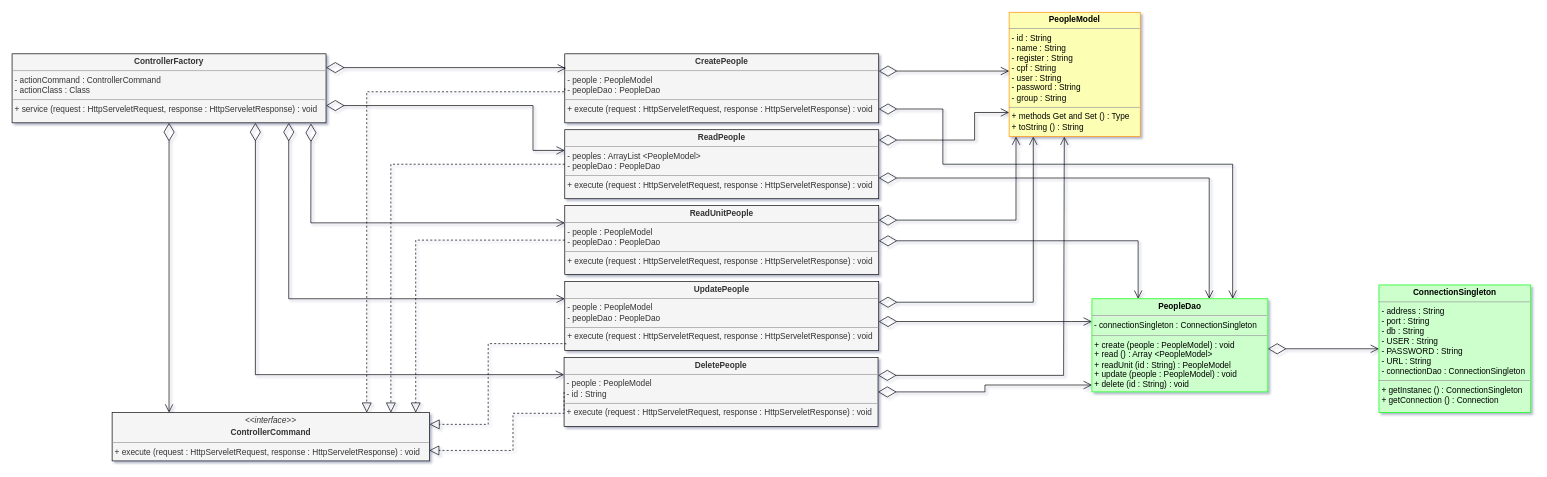
nelsonanjos/carsfleet keeps this draw.io diagram as page "People" (2 of 5) of Document/Class Diagram.drawio. Above is the earlier version. Source tidied: cells renumbered, new cells numbered last; positions are measured from the earlier drawing's top-left corner, leaving out a move shared by most shapes. Both pictures are drawn from the tidied source at 69%, with x=0, y=0 at pixel (12, 12).
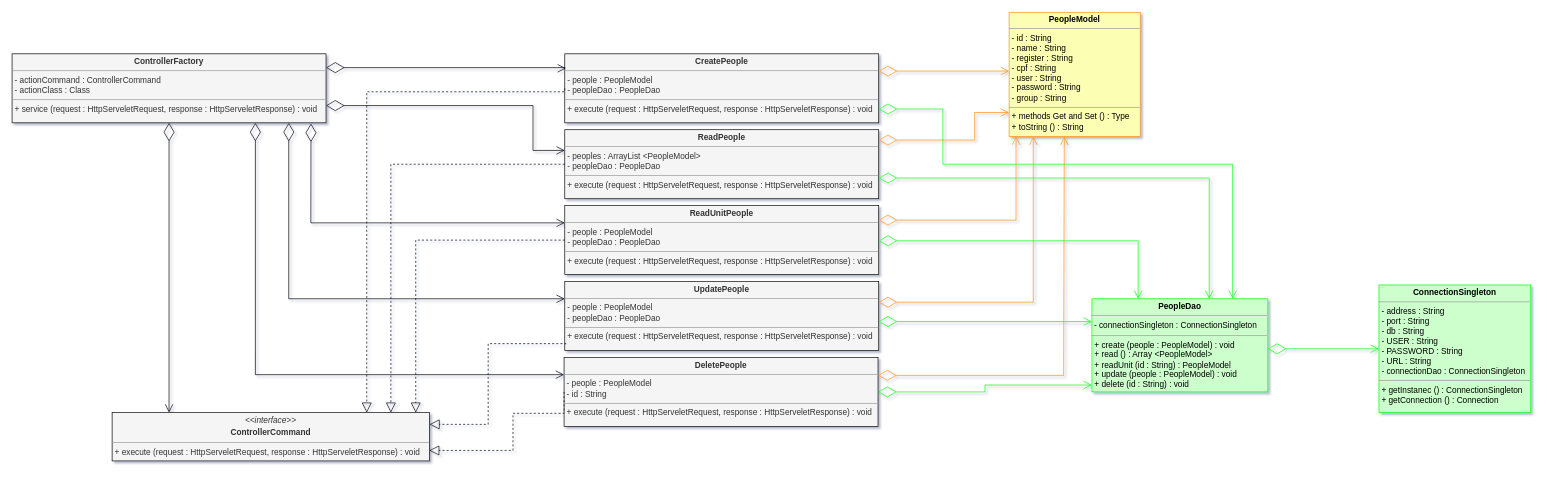
The same page after the edit.

The change refers to these unchanged cells:
```xml
<mxCell id="2" value="&lt;p style=&quot;margin: 0px ; margin-top: 4px ; text-align: center&quot;&gt;&lt;b&gt;PeopleModel&lt;/b&gt;&lt;/p&gt;&lt;hr size=&quot;1&quot;&gt;&lt;p style=&quot;margin: 0px ; margin-left: 4px&quot;&gt;- id : String&lt;/p&gt;&lt;p style=&quot;margin: 0px ; margin-left: 4px&quot;&gt;- name : String&lt;br&gt;&lt;/p&gt;&lt;p style=&quot;margin: 0px ; margin-left: 4px&quot;&gt;- register : String&lt;br&gt;&lt;/p&gt;&lt;p style=&quot;margin: 0px ; margin-left: 4px&quot;&gt;- cpf : String&lt;br&gt;&lt;/p&gt;&lt;p style=&quot;margin: 0px ; margin-left: 4px&quot;&gt;- user : String&lt;br&gt;&lt;/p&gt;&lt;p style=&quot;margin: 0px ; margin-left: 4px&quot;&gt;- password : String&lt;br&gt;&lt;/p&gt;&lt;p style=&quot;margin: 0px ; margin-left: 4px&quot;&gt;- group : String&lt;br&gt;&lt;/p&gt;&lt;hr size=&quot;1&quot;&gt;&lt;p style=&quot;margin: 0px ; margin-left: 4px&quot;&gt;+ methods Get and Set () : Type&lt;/p&gt;&lt;p style=&quot;margin: 0px ; margin-left: 4px&quot;&gt;+ toString () : String&lt;/p&gt;&lt;p style=&quot;margin: 0px ; margin-left: 4px&quot;&gt;&lt;br&gt;&lt;/p&gt;" style="verticalAlign=top;align=left;overflow=fill;fontSize=12;fontFamily=Helvetica;html=1;fillColor=#FCFFB3;strokeColor=#FF8F06;gradientColor=none;" parent="1" vertex="1">
  <mxGeometry x="1445" y="0.3" width="190" height="180" as="geometry" />
</mxCell>
<mxCell id="3" value="&lt;p style=&quot;margin: 0px ; margin-top: 4px ; text-align: center&quot;&gt;&lt;b&gt;ConnectionSingleton&lt;/b&gt;&lt;br&gt;&lt;/p&gt;&lt;hr size=&quot;1&quot;&gt;&lt;p style=&quot;margin: 0px ; margin-left: 4px&quot;&gt;&lt;span&gt;- address : String&lt;/span&gt;&lt;br&gt;&lt;/p&gt;&lt;p style=&quot;margin: 0px ; margin-left: 4px&quot;&gt;- port : String&lt;span&gt;&lt;br&gt;&lt;/span&gt;&lt;/p&gt;&lt;p style=&quot;margin: 0px ; margin-left: 4px&quot;&gt;- db : String&lt;br&gt;&lt;/p&gt;&lt;p style=&quot;margin: 0px ; margin-left: 4px&quot;&gt;- USER : String&lt;br&gt;&lt;/p&gt;&lt;p style=&quot;margin: 0px ; margin-left: 4px&quot;&gt;- PASSWORD : String&lt;br&gt;&lt;/p&gt;&lt;p style=&quot;margin: 0px ; margin-left: 4px&quot;&gt;- URL : String&lt;/p&gt;&lt;p style=&quot;margin: 0px ; margin-left: 4px&quot;&gt;- connectionDao : ConnectionSingleton&lt;br&gt;&lt;/p&gt;&lt;hr size=&quot;1&quot;&gt;&lt;p style=&quot;margin: 0px ; margin-left: 4px&quot;&gt;&lt;span&gt;+ getInstanec () : ConnectionSingleton&lt;/span&gt;&lt;br&gt;&lt;/p&gt;&lt;p style=&quot;margin: 0px ; margin-left: 4px&quot;&gt;+ getConnection () : Connection&lt;/p&gt;&lt;p style=&quot;margin: 0px ; margin-left: 4px&quot;&gt;&lt;br&gt;&lt;/p&gt;" style="verticalAlign=top;align=left;overflow=fill;fontSize=12;fontFamily=Helvetica;html=1;strokeColor=#00FF00;fillColor=#CCFFCC;" parent="1" vertex="1">
  <mxGeometry x="1981" y="395.5" width="220" height="185" as="geometry" />
</mxCell>
<mxCell id="5" value="&lt;p style=&quot;margin: 0px ; margin-top: 4px ; text-align: center&quot;&gt;&lt;b&gt;PeopleDao&lt;/b&gt;&lt;/p&gt;&lt;hr&gt;&amp;nbsp;- connectionSingleton : ConnectionSingleton&amp;nbsp;&lt;hr size=&quot;1&quot;&gt;&lt;p style=&quot;margin: 0px ; margin-left: 4px&quot;&gt;&lt;span&gt;+ create (people : PeopleModel) : void&lt;/span&gt;&lt;br&gt;&lt;/p&gt;&lt;p style=&quot;margin: 0px ; margin-left: 4px&quot;&gt;+ read () : Array &amp;lt;PeopleModel&amp;gt;&lt;/p&gt;&lt;p style=&quot;margin: 0px ; margin-left: 4px&quot;&gt;+ readUnit (id : String) : PeopleModel&lt;br&gt;&lt;/p&gt;&lt;p style=&quot;margin: 0px ; margin-left: 4px&quot;&gt;+ update (people : PeopleModel) : void&lt;/p&gt;&lt;p style=&quot;margin: 0px ; margin-left: 4px&quot;&gt;+ delete (id : String) : void&lt;br&gt;&lt;/p&gt;&lt;p style=&quot;margin: 0px ; margin-left: 4px&quot;&gt;&lt;br&gt;&lt;/p&gt;" style="verticalAlign=top;align=left;overflow=fill;fontSize=12;fontFamily=Helvetica;html=1;strokeColor=#00FF00;fillColor=#CCFFCC;" parent="1" vertex="1">
  <mxGeometry x="1565" y="415.5" width="255" height="135" as="geometry" />
</mxCell>
<mxCell id="6" value="&lt;p style=&quot;margin: 0px ; margin-top: 4px ; text-align: center&quot;&gt;&lt;b&gt;ReadPeople&lt;/b&gt;&lt;/p&gt;&lt;hr size=&quot;1&quot;&gt;&lt;p style=&quot;margin: 0px ; margin-left: 4px&quot;&gt;- peoples : ArrayList &amp;lt;PeopleModel&amp;gt;&lt;/p&gt;&lt;p style=&quot;margin: 0px ; margin-left: 4px&quot;&gt;- peopleDao : PeopleDao&lt;/p&gt;&lt;hr size=&quot;1&quot;&gt;&lt;p style=&quot;margin: 0px ; margin-left: 4px&quot;&gt;+ execute (request : HttpServeletRequest, response : HttpServeletResponse) : void&lt;/p&gt;&lt;p style=&quot;margin: 0px ; margin-left: 4px&quot;&gt;&lt;br&gt;&lt;/p&gt;" style="verticalAlign=top;align=left;overflow=fill;fontSize=12;fontFamily=Helvetica;html=1;fillColor=#f5f5f5;strokeColor=#080808;fontColor=#333333;" parent="1" vertex="1">
  <mxGeometry x="801" y="170.5" width="455" height="100" as="geometry" />
</mxCell>
<mxCell id="7" value="&lt;p style=&quot;margin: 0px ; margin-top: 4px ; text-align: center&quot;&gt;&lt;b&gt;UpdatePeople&lt;/b&gt;&lt;/p&gt;&lt;hr size=&quot;1&quot;&gt;&lt;p style=&quot;margin: 0px ; margin-left: 4px&quot;&gt;- people : PeopleModel&lt;/p&gt;&lt;p style=&quot;margin: 0px ; margin-left: 4px&quot;&gt;- peopleDao : PeopleDao&lt;/p&gt;&lt;hr size=&quot;1&quot;&gt;&lt;p style=&quot;margin: 0px ; margin-left: 4px&quot;&gt;+ execute (request : HttpServeletRequest, response : HttpServeletResponse) : void&lt;/p&gt;&lt;p style=&quot;margin: 0px ; margin-left: 4px&quot;&gt;&lt;br&gt;&lt;/p&gt;" style="verticalAlign=top;align=left;overflow=fill;fontSize=12;fontFamily=Helvetica;html=1;fillColor=#f5f5f5;strokeColor=#080808;fontColor=#333333;" parent="1" vertex="1">
  <mxGeometry x="801" y="390.5" width="455" height="100" as="geometry" />
</mxCell>
<mxCell id="8" value="&lt;p style=&quot;margin: 0px ; margin-top: 4px ; text-align: center&quot;&gt;&lt;b&gt;CreatePeople&lt;/b&gt;&lt;/p&gt;&lt;hr size=&quot;1&quot;&gt;&lt;p style=&quot;margin: 0px ; margin-left: 4px&quot;&gt;- people : PeopleModel&lt;/p&gt;&lt;p style=&quot;margin: 0px ; margin-left: 4px&quot;&gt;- peopleDao : PeopleDao&lt;/p&gt;&lt;hr size=&quot;1&quot;&gt;&lt;p style=&quot;margin: 0px ; margin-left: 4px&quot;&gt;+ execute (request : HttpServeletRequest, response : HttpServeletResponse) : void&lt;/p&gt;&lt;p style=&quot;margin: 0px ; margin-left: 4px&quot;&gt;&lt;br&gt;&lt;/p&gt;" style="verticalAlign=top;align=left;overflow=fill;fontSize=12;fontFamily=Helvetica;html=1;fillColor=#f5f5f5;strokeColor=#080808;fontColor=#333333;" parent="1" vertex="1">
  <mxGeometry x="801" y="60.5" width="455" height="100" as="geometry" />
</mxCell>
<mxCell id="9" value="&lt;p style=&quot;margin: 0px ; margin-top: 4px ; text-align: center&quot;&gt;&lt;b&gt;ReadUnitPeople&lt;/b&gt;&lt;/p&gt;&lt;hr size=&quot;1&quot;&gt;&lt;p style=&quot;margin: 0px ; margin-left: 4px&quot;&gt;- people : PeopleModel&lt;/p&gt;&lt;p style=&quot;margin: 0px ; margin-left: 4px&quot;&gt;- peopleDao : PeopleDao&lt;/p&gt;&lt;hr size=&quot;1&quot;&gt;&lt;p style=&quot;margin: 0px ; margin-left: 4px&quot;&gt;+ execute (request : HttpServeletRequest, response : HttpServeletResponse) : void&lt;/p&gt;&lt;p style=&quot;margin: 0px ; margin-left: 4px&quot;&gt;&lt;br&gt;&lt;/p&gt;" style="verticalAlign=top;align=left;overflow=fill;fontSize=12;fontFamily=Helvetica;html=1;fillColor=#f5f5f5;strokeColor=#080808;fontColor=#333333;" parent="1" vertex="1">
  <mxGeometry x="801" y="280.5" width="455" height="100" as="geometry" />
</mxCell>
<mxCell id="10" value="&lt;p style=&quot;margin: 0px ; margin-top: 4px ; text-align: center&quot;&gt;&lt;b&gt;DeletePeople&lt;/b&gt;&lt;/p&gt;&lt;hr size=&quot;1&quot;&gt;&lt;p style=&quot;margin: 0px ; margin-left: 4px&quot;&gt;- people : PeopleModel&lt;/p&gt;&lt;p style=&quot;margin: 0px ; margin-left: 4px&quot;&gt;- id : String&lt;/p&gt;&lt;hr size=&quot;1&quot;&gt;&lt;p style=&quot;margin: 0px ; margin-left: 4px&quot;&gt;+ execute (request : HttpServeletRequest, response : HttpServeletResponse) : void&lt;/p&gt;&lt;p style=&quot;margin: 0px ; margin-left: 4px&quot;&gt;&lt;br&gt;&lt;/p&gt;" style="verticalAlign=top;align=left;overflow=fill;fontSize=12;fontFamily=Helvetica;html=1;fillColor=#f5f5f5;strokeColor=#080808;fontColor=#333333;" parent="1" vertex="1">
  <mxGeometry x="800" y="500.5" width="455" height="100" as="geometry" />
</mxCell>
```

Diff of the diagram source:
```diff
@@
-    <mxCell id="4" style="edgeStyle=orthogonalEdgeStyle;rounded=0;jettySize=auto;html=1;endArrow=open;endFill=0;endSize=10;strokeColor=#000000;strokeWidth=1;startSize=24;startArrow=diamondThin;startFill=0;" parent="1" edge="1" source="5" target="3">
+    <mxCell id="4" style="edgeStyle=orthogonalEdgeStyle;rounded=0;jettySize=auto;html=1;endArrow=open;endFill=0;endSize=10;strokeColor=#00FF00;strokeWidth=1;startSize=24;startArrow=diamondThin;startFill=0;" parent="1" edge="1" source="5" target="3">
       <mxGeometry relative="1" as="geometry">
         <Array as="points">
           <mxPoint x="1971" y="488" />
           <mxPoint x="1971" y="488" />
         </Array>
       </mxGeometry>
     </mxCell>
@@
-    <mxCell id="24" style="edgeStyle=orthogonalEdgeStyle;rounded=0;jettySize=auto;html=1;endArrow=open;endFill=0;endSize=10;strokeColor=#000000;strokeWidth=1;startSize=24;startArrow=diamondThin;startFill=0;" parent="1" edge="1" source="8" target="2">
+    <mxCell id="24" style="edgeStyle=orthogonalEdgeStyle;rounded=0;jettySize=auto;html=1;endArrow=open;endFill=0;endSize=10;strokeColor=#FF8F06;strokeWidth=1;startSize=24;startArrow=diamondThin;startFill=0;" parent="1" edge="1" source="8" target="2">
       <mxGeometry relative="1" as="geometry">
         <Array as="points">
           <mxPoint x="1375" y="85.5" />
           <mxPoint x="1375" y="85.5" />
         </Array>
       </mxGeometry>
     </mxCell>
-    <mxCell id="25" style="edgeStyle=orthogonalEdgeStyle;rounded=0;jettySize=auto;html=1;endArrow=open;endFill=0;endSize=10;strokeColor=#000000;strokeWidth=1;startSize=24;startArrow=diamondThin;startFill=0;" parent="1" edge="1" source="6" target="2">
+    <mxCell id="25" style="edgeStyle=orthogonalEdgeStyle;rounded=0;jettySize=auto;html=1;endArrow=open;endFill=0;endSize=10;strokeColor=#FF8F06;strokeWidth=1;startSize=24;startArrow=diamondThin;startFill=0;" parent="1" edge="1" source="6" target="2">
       <mxGeometry relative="1" as="geometry">
         <Array as="points">
           <mxPoint x="1395" y="185.5" />
           <mxPoint x="1395" y="145.5" />
         </Array>
       </mxGeometry>
     </mxCell>
-    <mxCell id="26" style="edgeStyle=orthogonalEdgeStyle;rounded=0;jettySize=auto;html=1;endArrow=open;endFill=0;endSize=10;strokeColor=#000000;strokeWidth=1;startSize=24;startArrow=diamondThin;startFill=0;" parent="1" edge="1" source="9" target="2">
+    <mxCell id="26" style="edgeStyle=orthogonalEdgeStyle;rounded=0;jettySize=auto;html=1;endArrow=open;endFill=0;endSize=10;strokeColor=#FF8F06;strokeWidth=1;startSize=24;startArrow=diamondThin;startFill=0;" parent="1" edge="1" source="9" target="2">
       <mxGeometry relative="1" as="geometry">
         <Array as="points">
           <mxPoint x="1455" y="301.5" />
         </Array>
       </mxGeometry>
     </mxCell>
-    <mxCell id="27" style="edgeStyle=orthogonalEdgeStyle;rounded=0;jettySize=auto;html=1;endArrow=open;endFill=0;endSize=10;strokeColor=#000000;strokeWidth=1;startSize=24;startArrow=diamondThin;startFill=0;" parent="1" edge="1" source="7" target="2">
+    <mxCell id="27" style="edgeStyle=orthogonalEdgeStyle;rounded=0;jettySize=auto;html=1;endArrow=open;endFill=0;endSize=10;strokeColor=#FF8F06;strokeWidth=1;startSize=24;startArrow=diamondThin;startFill=0;" parent="1" edge="1" source="7" target="2">
       <mxGeometry relative="1" as="geometry">
         <Array as="points">
           <mxPoint x="1480" y="420.5" />
         </Array>
       </mxGeometry>
     </mxCell>
-    <mxCell id="28" style="edgeStyle=orthogonalEdgeStyle;rounded=0;jettySize=auto;html=1;endArrow=open;endFill=0;endSize=10;strokeColor=#000000;strokeWidth=1;startSize=24;startArrow=diamondThin;startFill=0;entryX=0.421;entryY=1.001;entryDx=0;entryDy=0;entryPerimeter=0;" parent="1" edge="1" source="10" target="2">
+    <mxCell id="28" style="edgeStyle=orthogonalEdgeStyle;rounded=0;jettySize=auto;html=1;endArrow=open;endFill=0;endSize=10;strokeColor=#FF8F06;strokeWidth=1;startSize=24;startArrow=diamondThin;startFill=0;entryX=0.421;entryY=1.001;entryDx=0;entryDy=0;entryPerimeter=0;" parent="1" edge="1" source="10" target="2">
       <mxGeometry relative="1" as="geometry">
         <Array as="points">
           <mxPoint x="1524" y="526.5" />
         </Array>
       </mxGeometry>
     </mxCell>
-    <mxCell id="29" style="edgeStyle=orthogonalEdgeStyle;rounded=0;jettySize=auto;html=1;endArrow=diamondThin;endFill=0;endSize=24;strokeColor=#000000;strokeWidth=1;startSize=10;startArrow=open;startFill=0;" parent="1" edge="1" source="5" target="8">
+    <mxCell id="29" style="edgeStyle=orthogonalEdgeStyle;rounded=0;jettySize=auto;html=1;endArrow=diamondThin;endFill=0;endSize=24;strokeColor=#00FF00;strokeWidth=1;startSize=10;startArrow=open;startFill=0;" parent="1" edge="1" source="5" target="8">
       <mxGeometry relative="1" as="geometry">
         <Array as="points">
           <mxPoint x="1769" y="220.5" />
           <mxPoint x="1349" y="220.5" />
           <mxPoint x="1349" y="140.5" />
         </Array>
       </mxGeometry>
     </mxCell>
-    <mxCell id="30" style="edgeStyle=orthogonalEdgeStyle;rounded=0;jettySize=auto;html=1;endArrow=diamondThin;endFill=0;endSize=24;strokeColor=#000000;strokeWidth=1;startSize=10;startArrow=open;startFill=0;" parent="1" edge="1" source="5" target="6">
+    <mxCell id="30" style="edgeStyle=orthogonalEdgeStyle;rounded=0;jettySize=auto;html=1;endArrow=diamondThin;endFill=0;endSize=24;strokeColor=#00FF00;strokeWidth=1;startSize=10;startArrow=open;startFill=0;" parent="1" edge="1" source="5" target="6">
       <mxGeometry relative="1" as="geometry">
         <Array as="points">
           <mxPoint x="1735" y="240.5" />
         </Array>
       </mxGeometry>
     </mxCell>
-    <mxCell id="31" style="edgeStyle=orthogonalEdgeStyle;rounded=0;jettySize=auto;html=1;endArrow=diamondThin;endFill=0;endSize=24;strokeColor=#000000;strokeWidth=1;startSize=10;startArrow=open;startFill=0;" parent="1" edge="1" source="5" target="9">
+    <mxCell id="31" style="edgeStyle=orthogonalEdgeStyle;rounded=0;jettySize=auto;html=1;endArrow=diamondThin;endFill=0;endSize=24;strokeColor=#00FF00;strokeWidth=1;startSize=10;startArrow=open;startFill=0;" parent="1" edge="1" source="5" target="9">
       <mxGeometry relative="1" as="geometry">
         <Array as="points">
           <mxPoint x="1632" y="331.5" />
         </Array>
       </mxGeometry>
     </mxCell>
-    <mxCell id="32" style="edgeStyle=orthogonalEdgeStyle;rounded=0;jettySize=auto;html=1;endArrow=diamondThin;endFill=0;endSize=24;strokeColor=#000000;strokeWidth=1;startSize=10;startArrow=open;startFill=0;" parent="1" edge="1" source="5" target="7">
+    <mxCell id="32" style="edgeStyle=orthogonalEdgeStyle;rounded=0;jettySize=auto;html=1;endArrow=diamondThin;endFill=0;endSize=24;strokeColor=#00FF00;strokeWidth=1;startSize=10;startArrow=open;startFill=0;" parent="1" edge="1" source="5" target="7">
       <mxGeometry relative="1" as="geometry">
         <Array as="points">
           <mxPoint x="1535" y="448.5" />
           <mxPoint x="1535" y="448.5" />
         </Array>
       </mxGeometry>
     </mxCell>
-    <mxCell id="33" style="edgeStyle=orthogonalEdgeStyle;rounded=0;jettySize=auto;html=1;endArrow=diamondThin;endFill=0;endSize=24;strokeColor=#000000;strokeWidth=1;startSize=10;startArrow=open;startFill=0;" parent="1" edge="1" source="5" target="10">
+    <mxCell id="33" style="edgeStyle=orthogonalEdgeStyle;rounded=0;jettySize=auto;html=1;endArrow=diamondThin;endFill=0;endSize=24;strokeColor=#00FF00;strokeWidth=1;startSize=10;startArrow=open;startFill=0;" parent="1" edge="1" source="5" target="10">
       <mxGeometry relative="1" as="geometry">
         <Array as="points">
           <mxPoint x="1410" y="540.5" />
           <mxPoint x="1410" y="550.5" />
         </Array>
       </mxGeometry>
     </mxCell>
```
